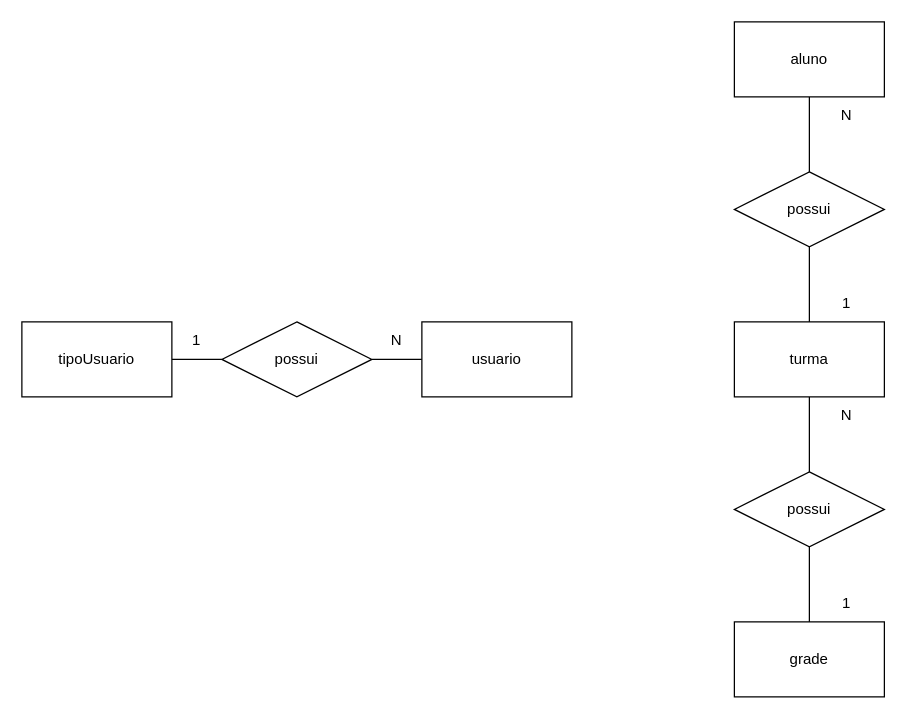
Above: page "Carômetro-Conceitual" (1 of 2) of Modelagens/Modelagem-Carometro.drawio in GustavoHenriqueFerreira/Car-metro (draw.io), before the change. Source tidied: cells renumbered, new cells numbered last; positions are measured from the earlier drawing's top-left corner, leaving out a move shared by most shapes. Both pictures are drawn from the tidied source at 125%, with x=0, y=0 at pixel (21, 21).
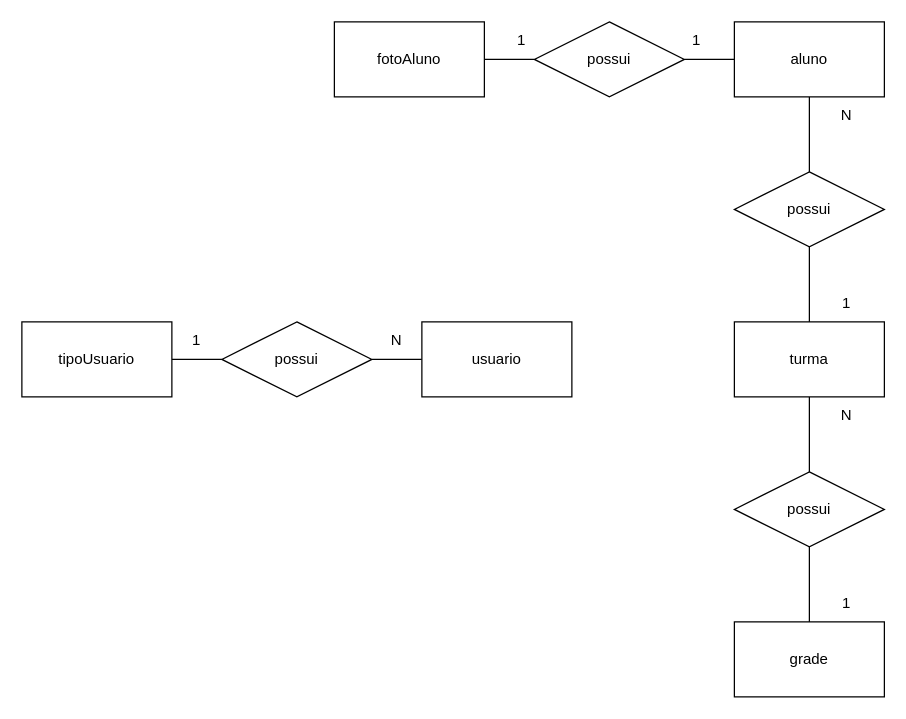
The same diagram, later.

Unchanged cells that the change refers to:
```xml
<mxCell id="11" value="aluno" style="rounded=0;whiteSpace=wrap;html=1;" parent="1" vertex="1">
  <mxGeometry x="570" width="120" height="60" as="geometry" />
</mxCell>
```

What changed in the source:
```diff
@@
+    <mxCell id="22" style="edgeStyle=orthogonalEdgeStyle;rounded=0;jettySize=auto;html=1;exitX=1;exitY=0.5;exitDx=0;exitDy=0;entryX=0;entryY=0.5;entryDx=0;entryDy=0;endArrow=none;endFill=0;" parent="1" edge="1" source="23" target="11">
+      <mxGeometry relative="1" as="geometry" />
+    </mxCell>
+    <mxCell id="23" value="possui" style="rhombus;whiteSpace=wrap;html=1;" parent="1" vertex="1">
+      <mxGeometry x="410" width="120" height="60" as="geometry" />
+    </mxCell>
+    <mxCell id="24" style="edgeStyle=orthogonalEdgeStyle;rounded=0;jettySize=auto;html=1;exitX=1;exitY=0.5;exitDx=0;exitDy=0;entryX=0;entryY=0.5;entryDx=0;entryDy=0;endArrow=none;endFill=0;" parent="1" edge="1" source="25" target="23">
+      <mxGeometry relative="1" as="geometry" />
+    </mxCell>
+    <mxCell id="25" value="fotoAluno" style="rounded=0;whiteSpace=wrap;html=1;" parent="1" vertex="1">
+      <mxGeometry x="250" width="120" height="60" as="geometry" />
+    </mxCell>
+    <mxCell id="26" value="1" style="text;html=1;strokeColor=none;fillColor=none;align=center;verticalAlign=middle;whiteSpace=wrap;rounded=0;" parent="1" vertex="1">
+      <mxGeometry x="510" width="60" height="30" as="geometry" />
+    </mxCell>
+    <mxCell id="27" value="1" style="text;html=1;strokeColor=none;fillColor=none;align=center;verticalAlign=middle;whiteSpace=wrap;rounded=0;" parent="1" vertex="1">
+      <mxGeometry x="370" width="60" height="30" as="geometry" />
+    </mxCell>
```
